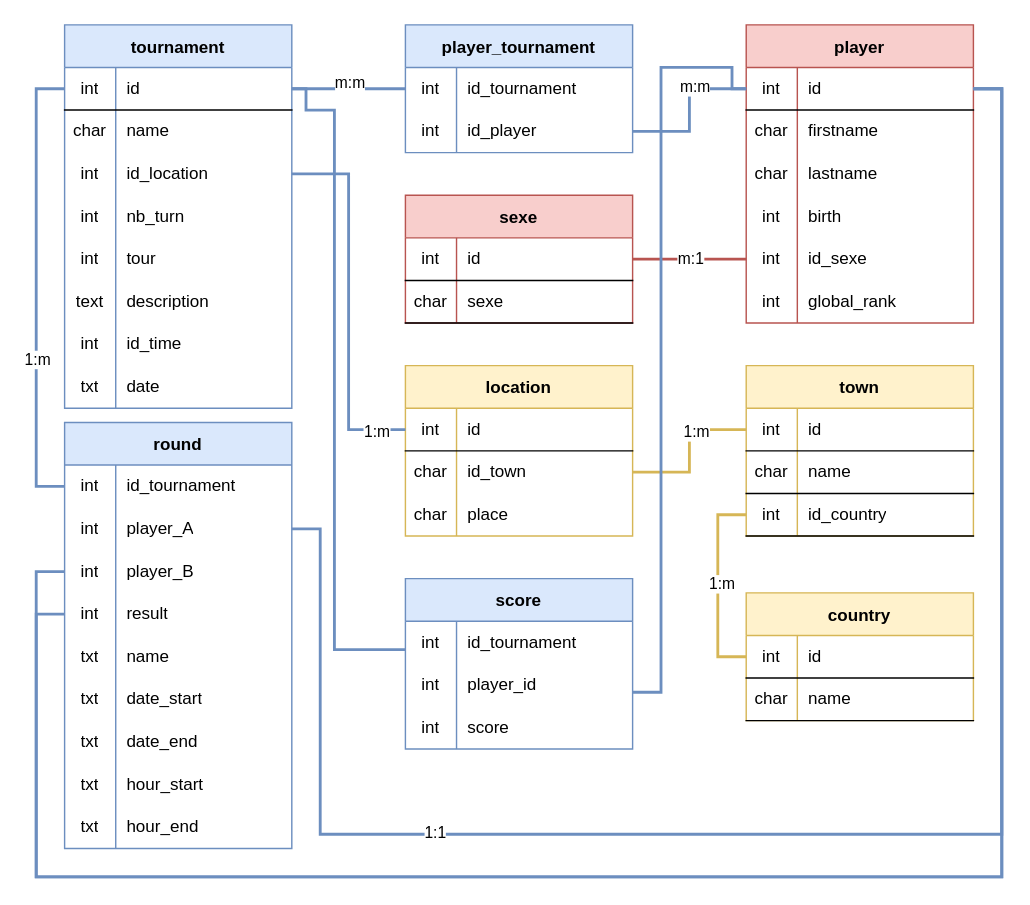
herbetelem/Open_project_4 keeps this draw.io diagram as page "BDD" (1 of 2) of annexe/project_4.drawio. Above is the earlier version. Source tidied: cells renumbered, new cells numbered last; positions are measured from the earlier drawing's top-left corner, leaving out a move shared by most shapes. Both pictures are drawn from the tidied source at 142%, with x=0, y=0 at pixel (36, 24).
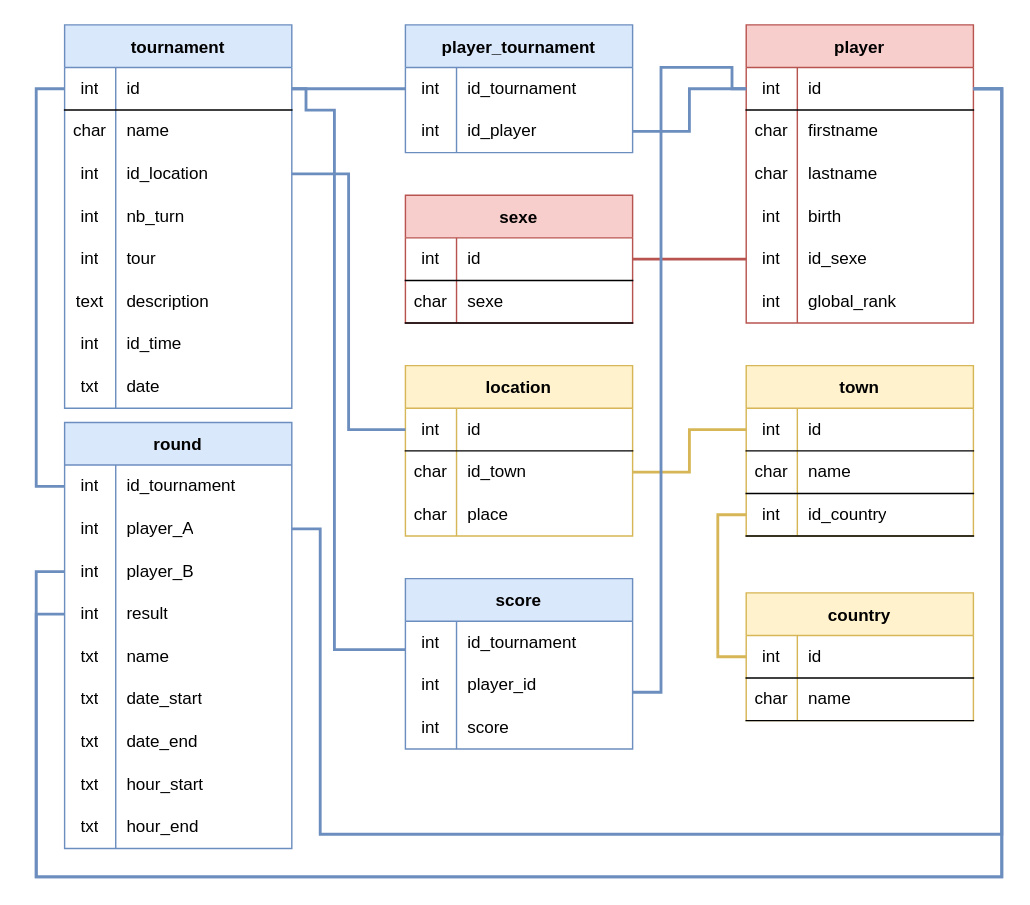
After the change.

Unchanged cells that the change refers to:
```xml
<mxCell id="34" style="edgeStyle=orthogonalEdgeStyle;rounded=0;jettySize=auto;html=1;entryX=1;entryY=0.5;entryDx=0;entryDy=0;endArrow=none;endFill=0;strokeWidth=2;fillColor=#dae8fc;strokeColor=#6c8ebf;" parent="1" edge="1" source="28" target="3">
  <mxGeometry relative="1" as="geometry" />
</mxCell>
<mxCell id="55" style="edgeStyle=orthogonalEdgeStyle;rounded=0;jettySize=auto;html=1;entryX=1;entryY=0.5;entryDx=0;entryDy=0;endArrow=none;endFill=0;strokeWidth=2;fillColor=#dae8fc;strokeColor=#6c8ebf;" parent="1" edge="1" source="37" target="31">
  <mxGeometry relative="1" as="geometry" />
</mxCell>
<mxCell id="64" style="edgeStyle=orthogonalEdgeStyle;rounded=0;jettySize=auto;html=1;entryX=1;entryY=0.5;entryDx=0;entryDy=0;endArrow=none;endFill=0;strokeWidth=2;fillColor=#f8cecc;strokeColor=#b85450;" parent="1" edge="1" source="49" target="58">
  <mxGeometry relative="1" as="geometry" />
</mxCell>
<mxCell id="76" style="edgeStyle=orthogonalEdgeStyle;rounded=0;jettySize=auto;html=1;entryX=1;entryY=0.5;entryDx=0;entryDy=0;endArrow=none;endFill=0;strokeWidth=2;fillColor=#dae8fc;strokeColor=#6c8ebf;" parent="1" edge="1" source="67" target="9">
  <mxGeometry relative="1" as="geometry" />
</mxCell>
<mxCell id="95" style="edgeStyle=orthogonalEdgeStyle;rounded=0;jettySize=auto;html=1;endArrow=none;endFill=0;strokeWidth=2;fillColor=#fff2cc;strokeColor=#d6b656;" parent="1" edge="1" source="70" target="79">
  <mxGeometry relative="1" as="geometry" />
</mxCell>
<mxCell id="125" style="edgeStyle=orthogonalEdgeStyle;rounded=0;jettySize=auto;html=1;entryX=0;entryY=0.5;entryDx=0;entryDy=0;endArrow=none;endFill=0;strokeWidth=2;fillColor=#dae8fc;strokeColor=#6c8ebf;" parent="1" edge="1" source="98" target="3">
  <mxGeometry relative="1" as="geometry" />
</mxCell>
<mxCell id="127" style="edgeStyle=orthogonalEdgeStyle;rounded=0;jettySize=auto;html=1;entryX=1;entryY=0.5;entryDx=0;entryDy=0;endArrow=none;endFill=0;strokeWidth=2;fillColor=#dae8fc;strokeColor=#6c8ebf;" parent="1" edge="1" source="101" target="37">
  <mxGeometry relative="1" as="geometry">
    <Array as="points">
      <mxPoint x="200" y="355" />
      <mxPoint x="200" y="570" />
      <mxPoint x="680" y="570" />
      <mxPoint x="680" y="45" />
    </Array>
  </mxGeometry>
</mxCell>
<mxCell id="129" style="edgeStyle=orthogonalEdgeStyle;rounded=0;jettySize=auto;html=1;entryX=0;entryY=0.5;entryDx=0;entryDy=0;endArrow=none;endFill=0;fillColor=#fff2cc;strokeColor=#d6b656;strokeWidth=2;" parent="1" edge="1" source="85" target="89">
  <mxGeometry relative="1" as="geometry" />
</mxCell>
```

What changed in the source:
```diff
@@
-    <mxCell id="35" value="m:m" style="edgeLabel;html=1;align=center;verticalAlign=middle;" parent="34" vertex="1">
-      <mxGeometry x="-0.07" y="2" relative="1" as="geometry">
-        <mxPoint x="-3" y="-7" as="offset" />
-      </mxGeometry>
-    </mxCell>
@@
-    <mxCell id="56" value="m:m" style="edgeLabel;html=1;align=center;verticalAlign=middle;" parent="55" vertex="1">
-      <mxGeometry x="-0.32" y="-2" relative="1" as="geometry" />
-    </mxCell>
@@
-    <mxCell id="65" value="m:1" style="edgeLabel;html=1;align=center;verticalAlign=middle;" parent="64" vertex="1">
-      <mxGeometry x="-0.01" y="-1" relative="1" as="geometry" />
-    </mxCell>
@@
-    <mxCell id="77" value="1:m" style="edgeLabel;html=1;align=center;verticalAlign=middle;" parent="76" vertex="1">
-      <mxGeometry x="-0.84" y="1" relative="1" as="geometry" />
-    </mxCell>
@@
-    <mxCell id="96" value="1:m" style="edgeLabel;html=1;align=center;verticalAlign=middle;" parent="95" vertex="1">
-      <mxGeometry x="0.35" y="-1" relative="1" as="geometry" />
-    </mxCell>
@@
-    <mxCell id="126" value="1:m" style="edgeLabel;html=1;align=center;verticalAlign=middle;" parent="125" vertex="1">
-      <mxGeometry x="-0.31" relative="1" as="geometry" />
-    </mxCell>
@@
-    <mxCell id="128" value="1:1" style="edgeLabel;html=1;align=center;verticalAlign=middle;" parent="127" vertex="1">
-      <mxGeometry x="-0.5" y="2" relative="1" as="geometry" />
-    </mxCell>
@@
-    <mxCell id="130" value="1:m" style="edgeLabel;html=1;align=center;verticalAlign=middle;" parent="129" vertex="1">
-      <mxGeometry x="-0.03" y="2" relative="1" as="geometry" />
-    </mxCell>
```
